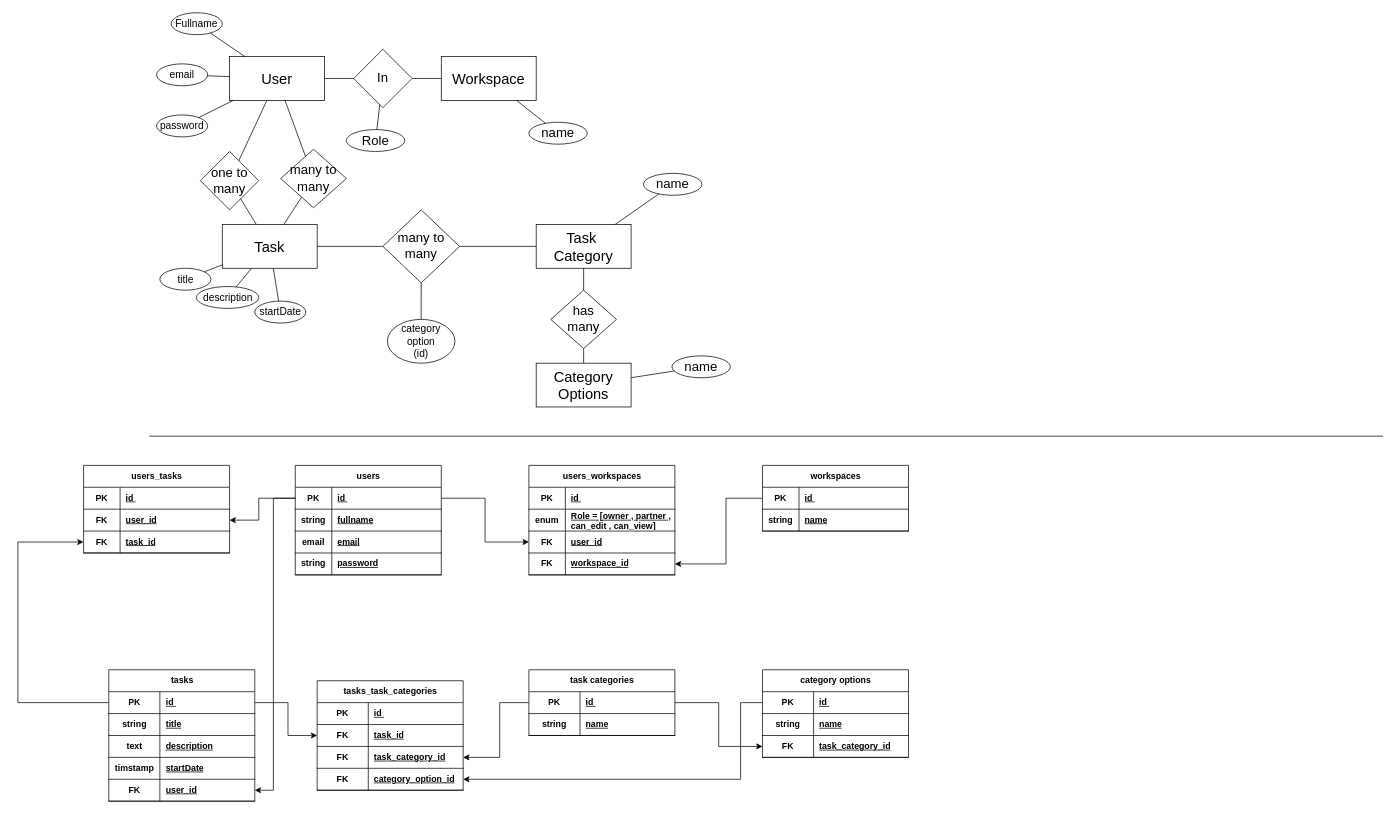
Before: Back_End/src/diagrams/TaskCraft (3) (1).drawio in MajdAlkatan/TaskCraft, a draw.io diagram. Source tidied: cells renumbered, new cells numbered last; positions are measured from the earlier drawing's top-left corner, leaving out a move shared by most shapes. Both pictures are drawn from the tidied source at 73%, with x=0, y=0 at pixel (18, 12).
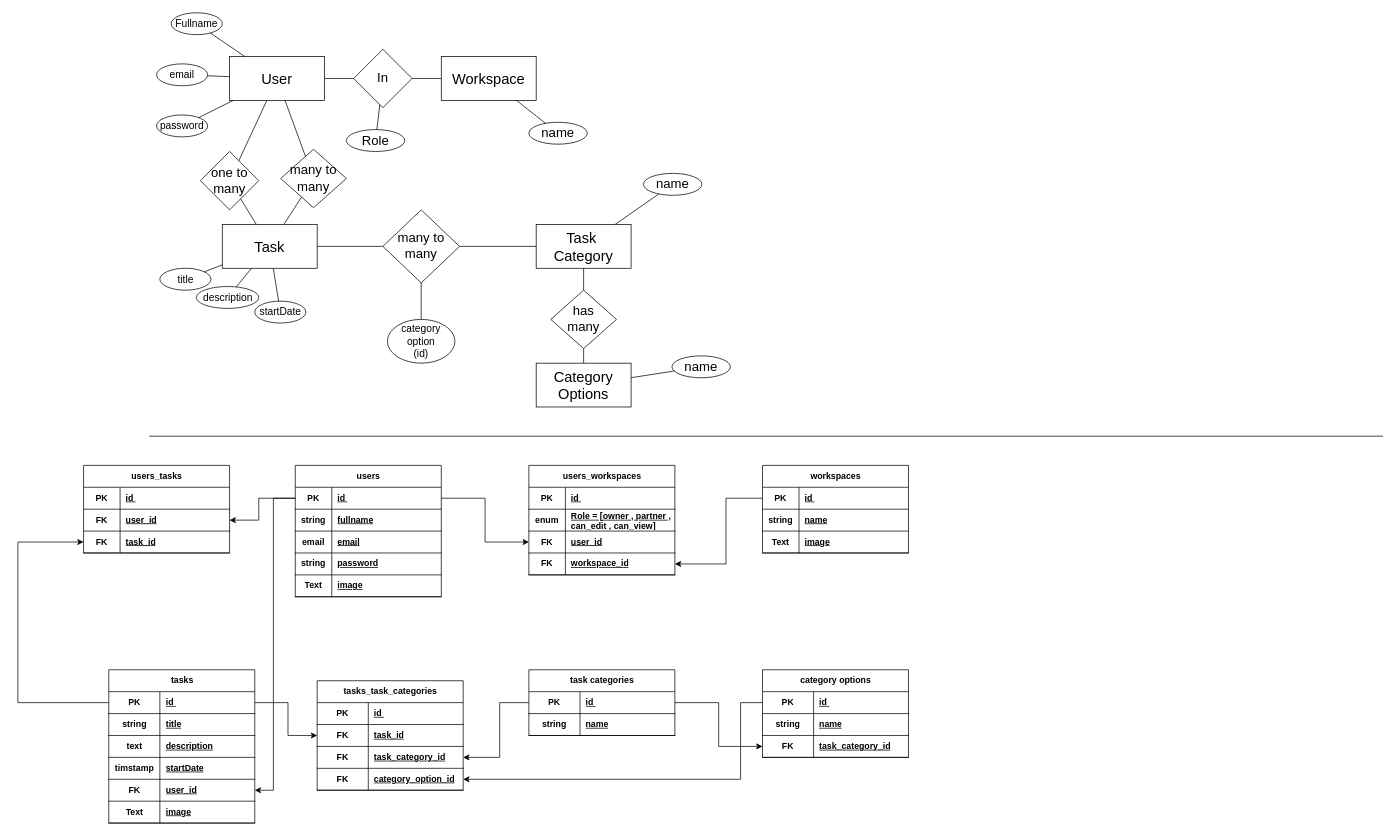
The same diagram, later.

Commit message (it also covers changes not shown here):
Simple update for database diagram | added pyvenv.cfg file to .gitignore

What changed in the source:
```diff
@@
     <mxCell id="45" value="users" style="shape=table;startSize=30;childLayout=tableLayout;rowLines=0;fontStyle=1;align=center;html=1;" parent="1" vertex="1">
-      <mxGeometry x="380" y="620" width="200" height="150" as="geometry" />
+      <mxGeometry x="380" y="620" width="200" height="180" as="geometry" />
     </mxCell>
@@
+    <mxCell id="143" style="shape=tableRow;horizontal=0;startSize=0;swimlaneHead=0;swimlaneBody=0;fillColor=none;top=0;left=0;right=0;bottom=1;" parent="45" vertex="1">
+      <mxGeometry y="150" width="200" height="30" as="geometry" />
+    </mxCell>
+    <mxCell id="144" value="Text" style="shape=partialRectangle;fillColor=none;top=0;left=0;bottom=0;right=0;fontStyle=1;overflow=hidden;whiteSpace=wrap;html=1;" parent="143" vertex="1">
+      <mxGeometry width="50" height="30" as="geometry" />
+    </mxCell>
+    <mxCell id="145" value="image" style="shape=partialRectangle;fillColor=none;top=0;left=0;bottom=0;right=0;align=left;spacingLeft=6;fontStyle=5;overflow=hidden;whiteSpace=wrap;html=1;" parent="143" vertex="1">
+      <mxGeometry x="50" width="150" height="30" as="geometry" />
+    </mxCell>
     <mxCell id="58" value="workspaces" style="shape=table;startSize=30;childLayout=tableLayout;rowLines=0;fontStyle=1;align=center;html=1;" parent="1" vertex="1">
-      <mxGeometry x="1020" y="620" width="200" height="90" as="geometry" />
+      <mxGeometry x="1020" y="620" width="200" height="120" as="geometry" />
     </mxCell>
@@
+    <mxCell id="146" style="shape=tableRow;horizontal=0;startSize=0;swimlaneHead=0;swimlaneBody=0;fillColor=none;top=0;left=0;right=0;bottom=1;" parent="58" vertex="1">
+      <mxGeometry y="90" width="200" height="30" as="geometry" />
+    </mxCell>
+    <mxCell id="147" value="Text" style="shape=partialRectangle;fillColor=none;top=0;left=0;bottom=0;right=0;fontStyle=1;overflow=hidden;whiteSpace=wrap;html=1;" parent="146" vertex="1">
+      <mxGeometry width="50" height="30" as="geometry" />
+    </mxCell>
+    <mxCell id="148" value="image" style="shape=partialRectangle;fillColor=none;top=0;left=0;bottom=0;right=0;align=left;spacingLeft=6;fontStyle=5;overflow=hidden;whiteSpace=wrap;html=1;" parent="146" vertex="1">
+      <mxGeometry x="50" width="150" height="30" as="geometry" />
+    </mxCell>
     <mxCell id="65" value="tasks" style="shape=table;startSize=30;childLayout=tableLayout;rowLines=0;fontStyle=1;align=center;html=1;" parent="1" vertex="1">
-      <mxGeometry x="124.5" y="900" width="200" height="180" as="geometry" />
+      <mxGeometry x="124.5" y="900" width="200" height="210" as="geometry" />
     </mxCell>
@@
+    <mxCell id="149" style="shape=tableRow;horizontal=0;startSize=0;swimlaneHead=0;swimlaneBody=0;fillColor=none;top=0;left=0;right=0;bottom=1;" parent="65" vertex="1">
+      <mxGeometry y="180" width="200" height="30" as="geometry" />
+    </mxCell>
+    <mxCell id="150" value="Text" style="shape=partialRectangle;fillColor=none;top=0;left=0;bottom=0;right=0;fontStyle=1;overflow=hidden;whiteSpace=wrap;html=1;" parent="149" vertex="1">
+      <mxGeometry width="70" height="30" as="geometry" />
+    </mxCell>
+    <mxCell id="151" value="image" style="shape=partialRectangle;fillColor=none;top=0;left=0;bottom=0;right=0;align=left;spacingLeft=6;fontStyle=5;overflow=hidden;whiteSpace=wrap;html=1;" parent="149" vertex="1">
+      <mxGeometry x="70" width="130" height="30" as="geometry" />
+    </mxCell>
```
